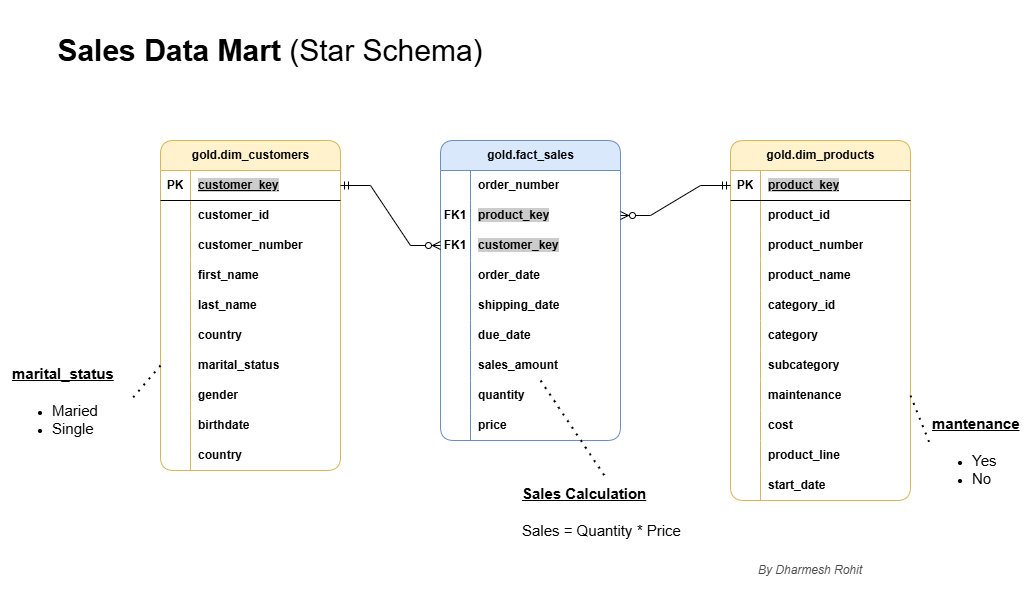
The draw.io diagram docs/Sales Data Mart.png in dharmeshrohit/SQL-DateWarehouse-Project, before a commit. Source tidied: cells renumbered, new cells last; positions are measured from the earlier drawing's top-left corner, leaving out a move shared by most shapes.
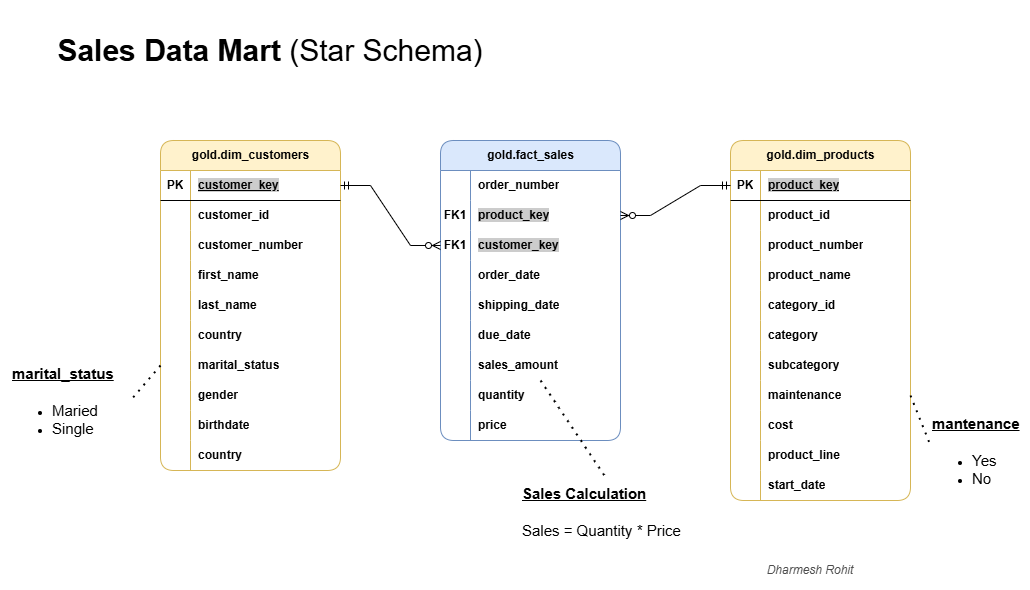
The same file after the commit.

Diff of the diagram source:
```diff
@@ -308,7 +308,7 @@
     <mxCell id="103" value="&lt;font style=&quot;font-size: 30px;&quot;&gt;&lt;b&gt;Sales Data Mart&lt;/b&gt; (Star Schema)&lt;/font&gt;" style="text;html=1;align=center;verticalAlign=middle;whiteSpace=wrap;rounded=0;" parent="1" vertex="1">
       <mxGeometry width="540" height="100" as="geometry" />
     </mxCell>
-    <mxCell id="104" value="&lt;i&gt;&lt;font style=&quot;color: rgb(77, 77, 77);&quot;&gt;By Dharmesh Rohit&lt;/font&gt;&lt;/i&gt;" style="text;html=1;align=center;verticalAlign=middle;whiteSpace=wrap;rounded=0;" parent="1" vertex="1">
+    <mxCell id="104" value="&lt;i&gt;&lt;font style=&quot;color: rgb(77, 77, 77);&quot;&gt;Dharmesh Rohit&lt;/font&gt;&lt;/i&gt;" style="text;html=1;align=center;verticalAlign=middle;whiteSpace=wrap;rounded=0;" parent="1" vertex="1">
       <mxGeometry x="700" y="550" width="220" height="40" as="geometry" />
     </mxCell>
   </root>
```
